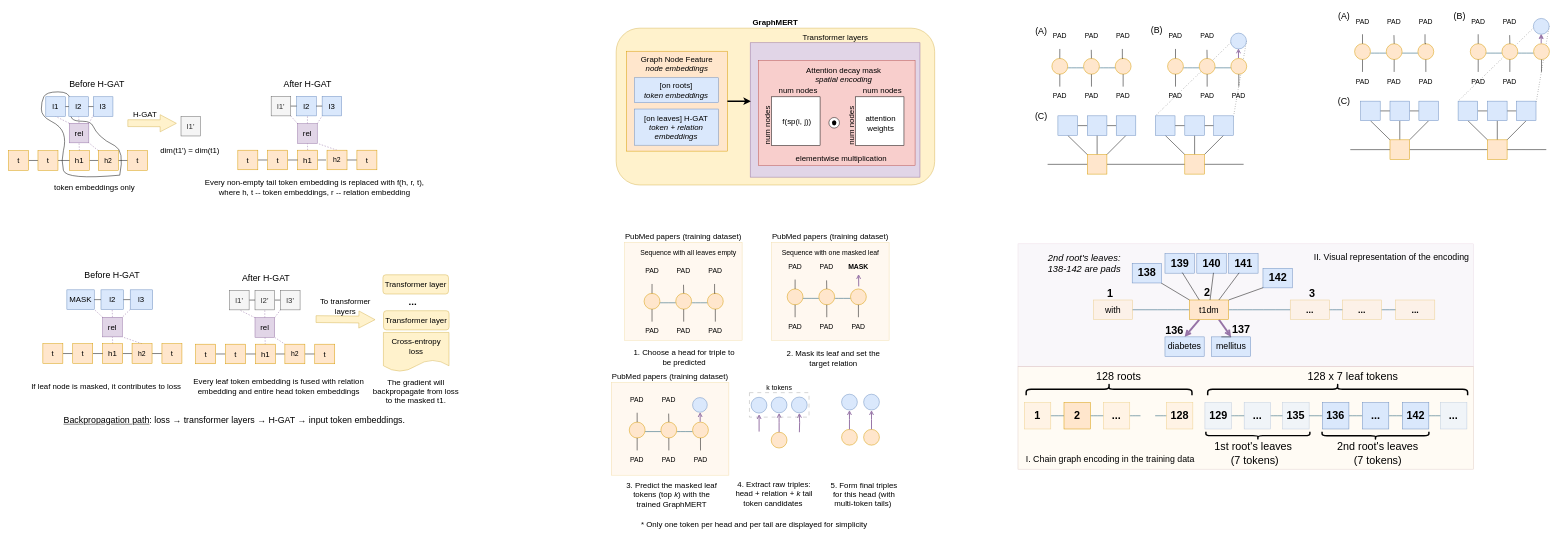
The draw.io diagram page "chain graphs" (1 of 5) of presentations/pipeline.drawio in across-stars/draw.io, before the edit. Source tidied: cells renumbered, new cells numbered last; positions are measured from the earlier drawing's top-left corner, leaving out a move shared by most shapes. Both pictures are drawn from the tidied source at 49%, with x=0, y=0 at pixel (8, 8).
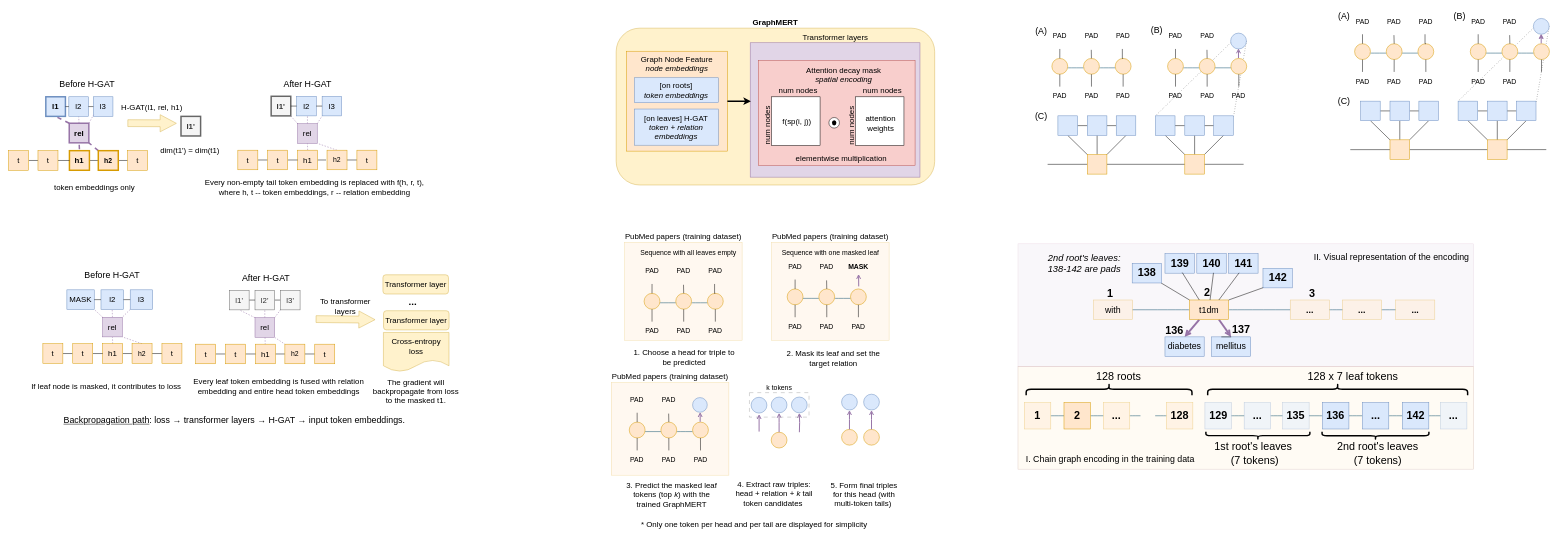
The same diagram, later.

Unchanged cells that the change refers to:
```xml
<mxCell id="49" style="shape=flexArrow;endArrow=classic;html=1;rounded=0;width=14;endSize=10.68;fillColor=#fff2cc;strokeColor=#d6b656;entryX=0;entryY=0.75;entryDx=0;entryDy=0;" parent="1" edge="1">
  <mxGeometry relative="1" as="geometry">
    <mxPoint x="242.9" y="233.8" as="sourcePoint" />
    <mxPoint x="342.9" y="234.2" as="targetPoint" />
  </mxGeometry>
</mxCell>
<mxCell id="94" style="group;" parent="1" vertex="1">
  <mxGeometry x="535.9" y="179" width="144" height="40" as="geometry" />
</mxCell>
<mxCell id="106" style="group;" parent="1" vertex="1">
  <mxGeometry x="76" y="180" width="137" height="40" as="geometry" />
</mxCell>
```

The edit, as a diff of the source:
```diff
@@
     <mxCell id="4" value="&lt;font style=&quot;font-size: 18px;&quot;&gt;Before H-GAT&lt;/font&gt;" style="text;html=1;align=center;verticalAlign=middle;strokeColor=none;fillColor=none;" parent="1" vertex="1">
-      <mxGeometry x="109.7" y="140" width="140" height="30" as="geometry" />
+      <mxGeometry x="89.7" y="140" width="140" height="30" as="geometry" />
     </mxCell>
@@
-    <mxCell id="50" value="&lt;font style=&quot;font-size: 16px;&quot;&gt;H-GAT&lt;/font&gt;" style="edgeLabel;html=1;align=center;verticalAlign=bottom;labelBackgroundColor=none;labelPosition=center;verticalLabelPosition=top;" parent="49" vertex="1">
+    <mxCell id="50" value="&lt;font style=&quot;font-size: 16px;&quot;&gt;H-GAT(l1, rel, h1)&lt;/font&gt;" style="edgeLabel;html=1;align=center;verticalAlign=bottom;labelBackgroundColor=none;labelPosition=center;verticalLabelPosition=top;" parent="49" vertex="1">
       <mxGeometry x="-0.14" y="3" relative="1" as="geometry">
-        <mxPoint x="-8" y="-4" as="offset" />
+        <mxPoint x="6" y="-18" as="offset" />
       </mxGeometry>
     </mxCell>
@@
-    <mxCell id="52" style="edgeStyle=none;shape=connector;rounded=0;jettySize=auto;html=1;exitX=0;exitY=0;exitDx=0;exitDy=0;entryX=1;entryY=1;entryDx=0;entryDy=0;dashed=1;strokeColor=#9673a6;align=center;verticalAlign=middle;fontFamily=Helvetica;fontSize=11;fontColor=default;labelBackgroundColor=default;endArrow=none;endFill=0;fillColor=#e1d5e7;" parent="1" edge="1" source="53" target="60">
+    <mxCell id="52" style="edgeStyle=none;shape=connector;rounded=0;jettySize=auto;html=1;exitX=0;exitY=0;exitDx=0;exitDy=0;entryX=1;entryY=1;entryDx=0;entryDy=0;dashed=1;strokeColor=#9673a6;align=center;verticalAlign=middle;fontFamily=Helvetica;fontSize=11;fontColor=default;labelBackgroundColor=default;endArrow=none;endFill=0;fillColor=#e1d5e7;strokeWidth=3;" parent="1" edge="1" source="53" target="60">
       <mxGeometry relative="1" as="geometry" />
     </mxCell>
-    <mxCell id="53" value="&lt;font style=&quot;font-size: 14px;&quot;&gt;h2&lt;/font&gt;" style="rounded=0;whiteSpace=wrap;html=1;fillColor=#ffe6cc;strokeColor=#d79b00;" parent="1" vertex="1">
+    <mxCell id="53" value="&lt;font style=&quot;font-size: 14px;&quot;&gt;&lt;b&gt;h2&lt;/b&gt;&lt;/font&gt;" style="rounded=0;whiteSpace=wrap;html=1;fillColor=#ffe6cc;strokeColor=#d79b00;strokeWidth=3;" parent="1" vertex="1">
       <mxGeometry x="183.1" y="290" width="40.8" height="40" as="geometry" />
     </mxCell>
-    <mxCell id="54" style="edgeStyle=none;shape=connector;rounded=0;jettySize=auto;html=1;exitX=0.5;exitY=0;exitDx=0;exitDy=0;entryX=0.5;entryY=1;entryDx=0;entryDy=0;dashed=1;strokeColor=#9673a6;align=center;verticalAlign=middle;fontFamily=Helvetica;fontSize=11;fontColor=default;labelBackgroundColor=default;endArrow=none;endFill=0;fillColor=#e1d5e7;" parent="1" edge="1" source="55" target="60">
-      <mxGeometry relative="1" as="geometry" />
+    <mxCell id="54" style="edgeStyle=none;shape=connector;rounded=0;orthogonalLoop=1;jettySize=auto;html=1;exitX=0.5;exitY=0;exitDx=0;exitDy=0;entryX=0.5;entryY=1;entryDx=0;entryDy=0;dashed=1;strokeColor=#9673a6;align=center;verticalAlign=middle;fontFamily=Helvetica;fontSize=11;fontColor=default;labelBackgroundColor=default;endArrow=none;endFill=0;fillColor=#e1d5e7;strokeWidth=3;" parent="1" edge="1">
+      <mxGeometry relative="1" as="geometry">
+        <mxPoint x="144.6" y="287" as="sourcePoint" />
+        <mxPoint x="143.8" y="271" as="targetPoint" />
+      </mxGeometry>
     </mxCell>
-    <mxCell id="55" value="&lt;font size=&quot;3&quot;&gt;h1&lt;/font&gt;" style="rounded=0;whiteSpace=wrap;html=1;fillColor=#ffe6cc;strokeColor=#d79b00;" parent="1" vertex="1">
+    <mxCell id="55" value="&lt;font size=&quot;3&quot;&gt;&lt;b&gt;h1&lt;/b&gt;&lt;/font&gt;" style="rounded=0;whiteSpace=wrap;html=1;fillColor=#ffe6cc;strokeColor=#d79b00;strokeWidth=3;" parent="1" vertex="1">
       <mxGeometry x="124.2" y="290" width="40.8" height="40" as="geometry" />
     </mxCell>
@@
-    <mxCell id="58" style="edgeStyle=none;shape=connector;rounded=0;jettySize=auto;html=1;exitX=0;exitY=0;exitDx=0;exitDy=0;entryX=0.5;entryY=1;entryDx=0;entryDy=0;dashed=1;strokeColor=#9673a6;align=center;verticalAlign=middle;fontFamily=Helvetica;fontSize=11;fontColor=default;labelBackgroundColor=default;endArrow=none;endFill=0;fillColor=#e1d5e7;" parent="1" edge="1" source="60" target="107">
+    <mxCell id="58" style="edgeStyle=none;shape=connector;rounded=0;jettySize=auto;html=1;exitX=0;exitY=0;exitDx=0;exitDy=0;entryX=0.5;entryY=1;entryDx=0;entryDy=0;dashed=1;strokeColor=#9673a6;align=center;verticalAlign=middle;fontFamily=Helvetica;fontSize=11;fontColor=default;labelBackgroundColor=default;endArrow=none;endFill=0;fillColor=#e1d5e7;strokeWidth=3;" parent="1" edge="1" source="60" target="107">
       <mxGeometry relative="1" as="geometry" />
     </mxCell>
@@
-    <mxCell id="60" value="&lt;font style=&quot;font-size: 16px;&quot;&gt;rel&lt;/font&gt;" style="rounded=0;whiteSpace=wrap;html=1;fillColor=#e1d5e7;strokeColor=#9673a6;" parent="1" vertex="1">
+    <mxCell id="60" value="&lt;font style=&quot;font-size: 16px;&quot;&gt;&lt;b&gt;rel&lt;/b&gt;&lt;/font&gt;" style="rounded=0;whiteSpace=wrap;html=1;fillColor=#e1d5e7;strokeColor=#9673a6;strokeWidth=3;" parent="1" vertex="1">
       <mxGeometry x="123.8" y="234" width="40" height="40" as="geometry" />
     </mxCell>
@@
-    <mxCell id="76" value="&lt;font style=&quot;font-size: 16px;&quot;&gt;l1'&lt;/font&gt;" style="rounded=0;whiteSpace=wrap;html=1;rotation=0;fillColor=#f5f5f5;strokeColor=#666666;fontStyle=0;fontColor=#333333;" parent="1" vertex="1">
+    <mxCell id="76" value="&lt;font style=&quot;font-size: 16px;&quot;&gt;&lt;b&gt;l1'&lt;/b&gt;&lt;/font&gt;" style="rounded=0;whiteSpace=wrap;html=1;rotation=0;fillColor=#f5f5f5;strokeColor=#666666;fontStyle=0;fontColor=#333333;strokeWidth=3;" parent="1" vertex="1">
       <mxGeometry x="351.9" y="220" width="40" height="40" as="geometry" />
     </mxCell>
-    <mxCell id="77" style="curved=1;endArrow=none;html=1;rounded=0;strokeColor=#000000;strokeWidth=1;align=center;verticalAlign=middle;fontFamily=Helvetica;fontSize=11;fontColor=default;labelBackgroundColor=default;edgeStyle=none;fillColor=#ffe6cc;startFill=0;" parent="1" edge="1">
-      <mxGeometry relative="1" as="geometry">
-        <mxPoint x="226.9" y="340" as="sourcePoint" />
-        <mxPoint x="226.9" y="340" as="targetPoint" />
-        <Array as="points">
-          <mxPoint x="236.9" y="290" />
-          <mxPoint x="196.9" y="270" />
-          <mxPoint x="176.9" y="250" />
-          <mxPoint x="168" y="230" />
-          <mxPoint x="135" y="230" />
-          <mxPoint x="125" y="220" />
-          <mxPoint x="125" y="200" />
-          <mxPoint x="125" y="170" />
-          <mxPoint x="76.9" y="170" />
-          <mxPoint x="66.9" y="190" />
-          <mxPoint x="66.9" y="220" />
-          <mxPoint x="106.9" y="240" />
-          <mxPoint x="116.9" y="270" />
-          <mxPoint x="106.9" y="310" />
-          <mxPoint x="116.9" y="350" />
-        </Array>
-      </mxGeometry>
-    </mxCell>
@@
-    <mxCell id="97" value="&lt;font style=&quot;font-size: 16px;&quot;&gt;l1'&lt;/font&gt;" style="rounded=0;whiteSpace=wrap;html=1;rotation=0;fillColor=#f5f5f5;strokeColor=#666666;fontStyle=0;fontColor=#333333;" parent="94" vertex="1">
+    <mxCell id="97" value="&lt;font style=&quot;font-size: 16px;&quot;&gt;&lt;b&gt;l1'&lt;/b&gt;&lt;/font&gt;" style="rounded=0;whiteSpace=wrap;html=1;rotation=0;fillColor=#f5f5f5;strokeColor=#666666;fontStyle=0;fontColor=#333333;strokeWidth=3;" parent="94" vertex="1">
       <mxGeometry width="40" height="40" as="geometry" />
     </mxCell>
@@
-    <mxCell id="107" value="&lt;font style=&quot;font-size: 16px;&quot;&gt;l1&lt;/font&gt;" style="rounded=0;whiteSpace=wrap;html=1;rotation=0;fillColor=#dae8fc;strokeColor=#6c8ebf;fontStyle=0;" parent="106" vertex="1">
+    <mxCell id="107" value="&lt;font style=&quot;font-size: 16px;&quot;&gt;&lt;b&gt;l1&lt;/b&gt;&lt;/font&gt;" style="rounded=0;whiteSpace=wrap;html=1;rotation=0;fillColor=#dae8fc;strokeColor=#6c8ebf;fontStyle=0;strokeWidth=3;gradientColor=none;glass=0;" parent="106" vertex="1">
       <mxGeometry width="40" height="40" as="geometry" />
     </mxCell>
```
